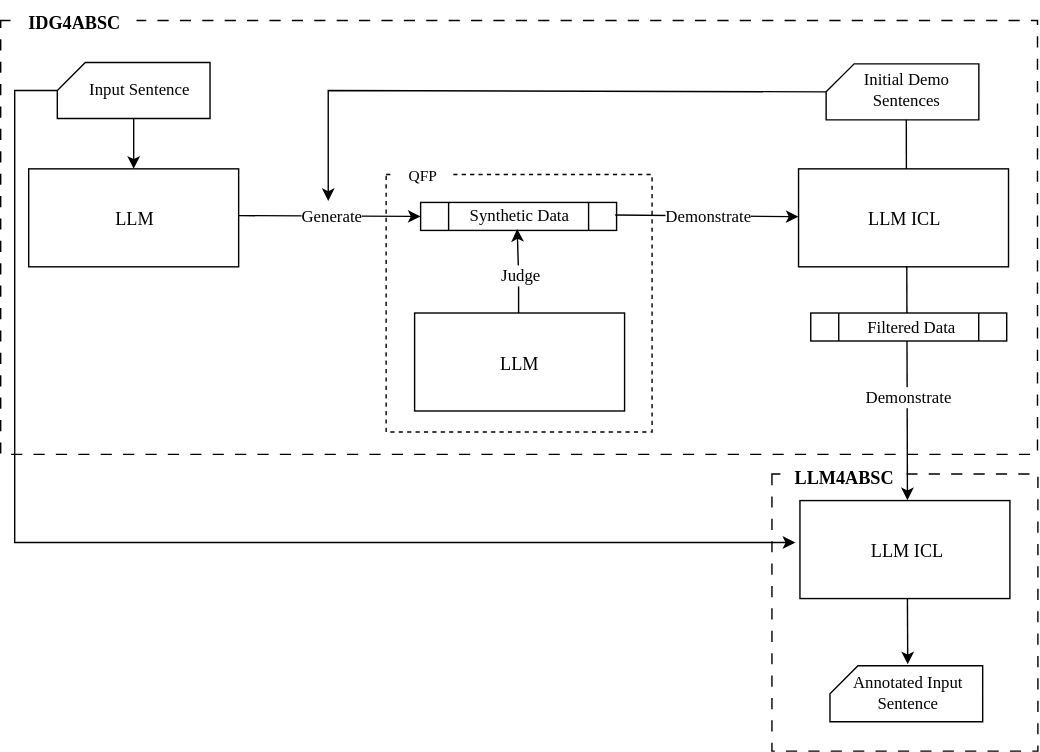
The draw.io diagram thesis_flow.drawio.svg in sara-kaczmarek/LLMB4ABSC, before a commit. Source tidied: cells renumbered, new cells last; positions are measured from the earlier drawing's top-left corner, leaving out a move shared by most shapes.
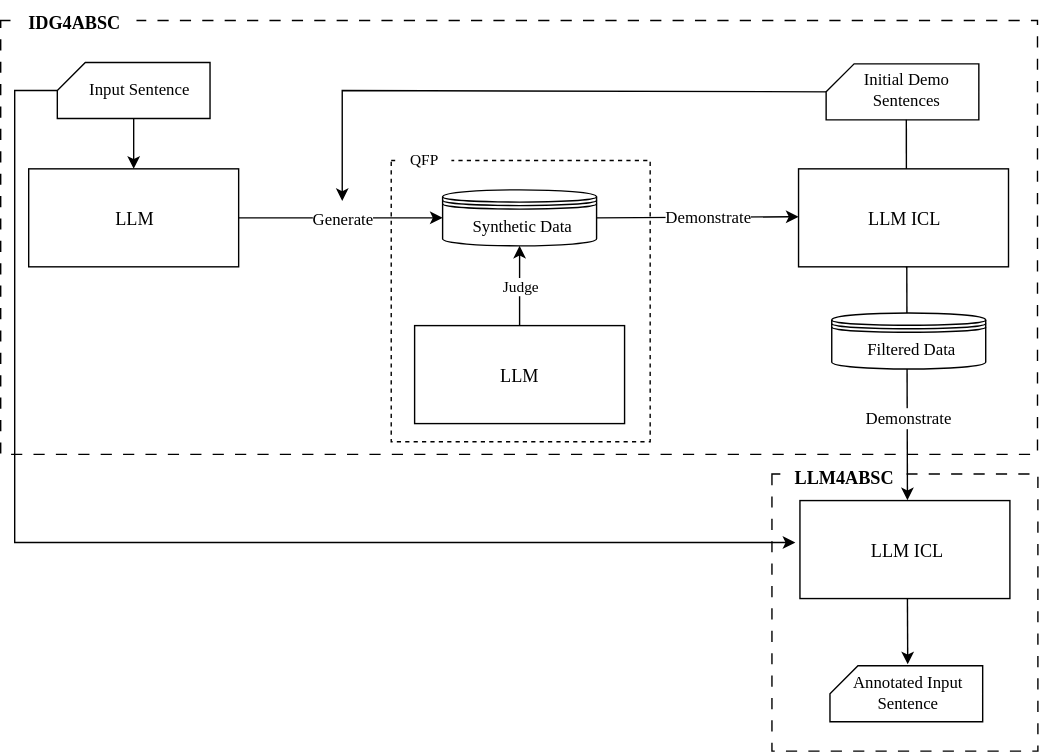
Later version of the same file.

The edit, as a diff of the source:
```diff
@@ -5,24 +5,17 @@
     <mxCell id="2" style="verticalLabelPosition=bottom;verticalAlign=top;html=1;shape=mxgraph.basic.rect;fillColor2=none;strokeWidth=1;size=20;indent=5;fillColor=none;dashed=1;dashPattern=8 8;" parent="1" vertex="1">
       <mxGeometry y="14" width="740.7" height="310" as="geometry" />
     </mxCell>
-    <mxCell id="3" style="endArrow=classic;html=1;rounded=0;exitX=0;exitY=0;exitDx=0;exitDy=20;exitPerimeter=0;" parent="1" edge="1" source="11">
+    <mxCell id="3" style="endArrow=classic;html=1;rounded=0;exitX=0;exitY=0;exitDx=0;exitDy=20;exitPerimeter=0;" parent="1" edge="1">
       <mxGeometry relative="1" as="geometry">
-        <mxPoint x="234" y="143" as="targetPoint" />
+        <mxPoint x="593.7" y="65" as="sourcePoint" />
+        <mxPoint x="244" y="143" as="targetPoint" />
         <Array as="points">
-          <mxPoint x="234" y="64" />
+          <mxPoint x="244" y="64" />
         </Array>
       </mxGeometry>
     </mxCell>
-    <mxCell id="4" style="verticalLabelPosition=bottom;verticalAlign=top;html=1;shape=process;whiteSpace=wrap;rounded=1;size=0.14285714285714285;arcSize=0;" parent="1" vertex="1">
-      <mxGeometry x="300" y="144" width="140" height="20" as="geometry" />
-    </mxCell>
-    <mxCell id="5" value="&lt;font face=&quot;Times New Roman&quot;&gt;&amp;nbsp;Synthetic Data&lt;/font&gt;" style="text;strokeColor=none;align=center;fillColor=none;html=1;verticalAlign=middle;whiteSpace=wrap;rounded=1;arcSize=50;" parent="1" vertex="1">
-      <mxGeometry x="299" y="143" width="140" height="20" as="geometry" />
-    </mxCell>
-    <mxCell id="6" style="endArrow=classic;html=1;rounded=0;entryX=0;entryY=0.5;entryDx=0;entryDy=0;" parent="1" edge="1" target="4">
-      <mxGeometry relative="1" as="geometry">
-        <mxPoint x="170" y="153.4" as="sourcePoint" />
-      </mxGeometry>
+    <mxCell id="6" style="endArrow=classic;html=1;rounded=0;entryX=0;entryY=0.5;entryDx=0;entryDy=0;exitX=1;exitY=0.5;exitDx=0;exitDy=0;" parent="1" edge="1" source="15" target="5">
+      <mxGeometry relative="1" as="geometry" />
     </mxCell>
     <mxCell id="7" value="&lt;font style=&quot;font-size: 12px;&quot; face=&quot;Times New Roman&quot;&gt;Generate&lt;/font&gt;" style="edgeLabel;html=1;align=center;verticalAlign=middle;" parent="6" vertex="1">
       <mxGeometry relative="1" as="geometry" />
@@ -33,7 +26,9 @@
       </mxGeometry>
     </mxCell>
     <mxCell id="9" value="&lt;font style=&quot;font-size: 12px;&quot; face=&quot;Times New Roman&quot;&gt;Demonstrate&lt;/font&gt;" style="edgeLabel;html=1;align=center;verticalAlign=middle;" parent="8" vertex="1">
-      <mxGeometry relative="1" as="geometry" />
+      <mxGeometry relative="1" as="geometry">
+        <mxPoint x="7" as="offset" />
+      </mxGeometry>
     </mxCell>
     <mxCell id="10" style="group;" parent="1" vertex="1">
       <mxGeometry x="584.8" y="35" width="125.5" height="48" as="geometry" />
@@ -80,17 +75,11 @@
     <mxCell id="23" style="endArrow=classic;html=1;rounded=0;exitX=0.5;exitY=1;exitDx=0;exitDy=0;exitPerimeter=0;entryX=0.5;entryY=0;entryDx=0;entryDy=0;" parent="1" edge="1" source="21" target="15">
       <mxGeometry relative="1" as="geometry" />
     </mxCell>
-    <mxCell id="24" style="edgeStyle=orthogonalEdgeStyle;rounded=0;jettySize=auto;html=1;" parent="1" edge="1" source="27" target="5">
-      <mxGeometry relative="1" as="geometry" />
-    </mxCell>
-    <mxCell id="25" value="&lt;span style=&quot;font-family: &amp;quot;Times New Roman&amp;quot;; font-size: 12px;&quot;&gt;Judge&lt;/span&gt;" style="edgeLabel;html=1;align=center;verticalAlign=middle;" parent="24" vertex="1">
-      <mxGeometry x="0.04" y="-1" relative="1" as="geometry" />
-    </mxCell>
     <mxCell id="26" style="rounded=0;whiteSpace=wrap;html=1;" parent="1" vertex="1">
-      <mxGeometry x="295.7" y="223" width="150" height="70" as="geometry" />
+      <mxGeometry x="295.7" y="232" width="150" height="70" as="geometry" />
     </mxCell>
     <mxCell id="27" value="&lt;font style=&quot;font-size: 13px;&quot; face=&quot;Times New Roman&quot;&gt;LLM&lt;/font&gt;" style="text;strokeColor=none;align=center;fillColor=none;html=1;verticalAlign=middle;whiteSpace=wrap;rounded=0;" parent="1" vertex="1">
-      <mxGeometry x="295.7" y="229" width="148.6" height="60" as="geometry" />
+      <mxGeometry x="295.7" y="237" width="148.6" height="60" as="geometry" />
     </mxCell>
     <mxCell id="28" style="group;" parent="1" vertex="1">
       <mxGeometry x="573" y="346" width="169" height="190" as="geometry" />
@@ -120,7 +109,7 @@
     </mxCell>
     <mxCell id="35" value="&lt;font style=&quot;font-size: 12px;&quot; face=&quot;Times New Roman&quot;&gt;Demonstrate&lt;/font&gt;" style="edgeLabel;html=1;align=center;verticalAlign=middle;" parent="34" vertex="1">
       <mxGeometry x="0.22" relative="1" as="geometry">
-        <mxPoint y="-9" as="offset" />
+        <mxPoint y="5" as="offset" />
       </mxGeometry>
     </mxCell>
     <mxCell id="36" style="group;" parent="1" vertex="1">
@@ -145,16 +134,22 @@
       <mxGeometry x="7" width="90" height="30" as="geometry" />
     </mxCell>
     <mxCell id="41" style="verticalLabelPosition=bottom;verticalAlign=top;html=1;shape=mxgraph.basic.rect;fillColor2=none;strokeWidth=1;size=20;indent=5;fillColor=none;dashed=1;" parent="1" vertex="1">
-      <mxGeometry x="275.4" y="124" width="190" height="184" as="geometry" />
+      <mxGeometry x="279" y="114" width="185" height="201" as="geometry" />
     </mxCell>
     <mxCell id="42" value="&lt;font style=&quot;background-color: light-dark(#ffffff, var(--ge-dark-color, #121212)); font-size: 11px;&quot; face=&quot;Times New Roman&quot;&gt;QFP&lt;/font&gt;" style="text;html=1;align=center;verticalAlign=middle;strokeColor=none;fillColor=default;" parent="1" vertex="1">
-      <mxGeometry x="281" y="110" width="40" height="30" as="geometry" />
+      <mxGeometry x="282" y="98" width="40" height="30" as="geometry" />
     </mxCell>
-    <mxCell id="43" style="verticalLabelPosition=bottom;verticalAlign=top;html=1;shape=process;whiteSpace=wrap;rounded=1;size=0.14285714285714285;arcSize=0;" parent="1" vertex="1">
-      <mxGeometry x="578.7" y="223" width="140" height="20" as="geometry" />
-    </mxCell>
+    <mxCell id="45" style="edgeStyle=orthogonalEdgeStyle;rounded=0;jettySize=auto;html=1;exitX=0.5;exitY=0;exitDx=0;exitDy=0;" parent="1" edge="1" source="26" target="5">
+      <mxGeometry relative="1" as="geometry" />
+    </mxCell>
+    <mxCell id="25" value="&lt;font face=&quot;Times New Roman&quot;&gt;Judge&lt;/font&gt;" style="edgeLabel;html=1;align=center;verticalAlign=middle;" parent="45" vertex="1">
+      <mxGeometry x="-0.03" relative="1" as="geometry" />
+    </mxCell>
+    <mxCell id="5" value="&lt;font face=&quot;Times New Roman&quot;&gt;&amp;nbsp;Synthetic Data&lt;/font&gt;" style="shape=datastore;whiteSpace=wrap;html=1;" parent="1" vertex="1">
+      <mxGeometry x="315.7" y="135" width="110" height="40" as="geometry" />
+    </mxCell>
-    <mxCell id="44" value="&lt;font face=&quot;Times New Roman&quot;&gt;&amp;nbsp;Filtered Data&lt;/font&gt;" style="text;strokeColor=none;align=center;fillColor=none;html=1;verticalAlign=middle;whiteSpace=wrap;rounded=1;arcSize=50;" parent="1" vertex="1">
-      <mxGeometry x="579" y="223" width="140" height="20" as="geometry" />
+    <mxCell id="44" value="&lt;font face=&quot;Times New Roman&quot;&gt;&amp;nbsp;Filtered Data&lt;/font&gt;" style="shape=datastore;whiteSpace=wrap;html=1;" parent="1" vertex="1">
+      <mxGeometry x="593.7" y="223" width="110" height="40" as="geometry" />
     </mxCell>
   </root>
 </mxGraphModel>
```
